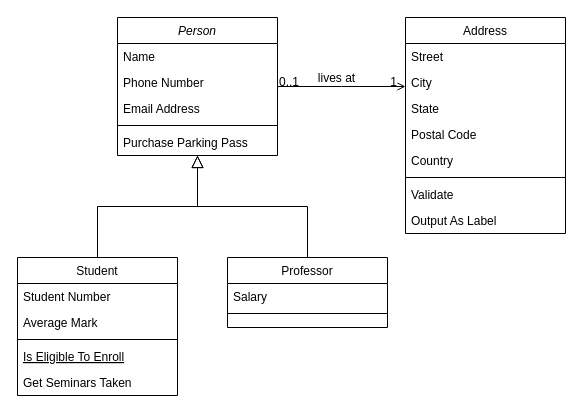
JosueVargasGuia/BootCamp keeps this draw.io diagram as draw.io/Untitled Diagram.drawio. Above is the earlier version. Source tidied: cells renumbered, new cells numbered last; positions are measured from the earlier drawing's top-left corner, leaving out a move shared by most shapes. Both pictures are drawn from the tidied source at 100%, with x=0, y=0 at pixel (17, 17).
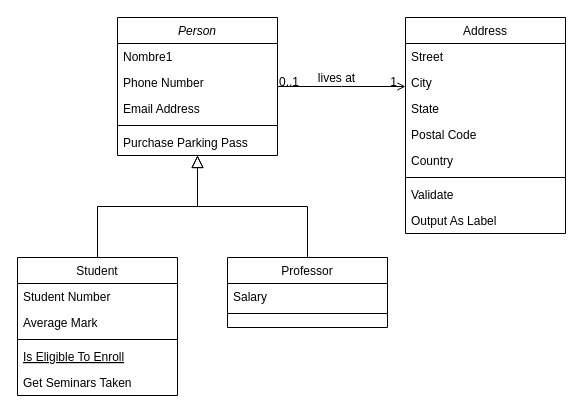
The same page after the edit.

Unchanged cells that the change refers to:
```xml
<mxCell id="2" value="Person" style="swimlane;fontStyle=2;align=center;verticalAlign=top;horizontal=1;startSize=26;rounded=0;shadow=0;strokeWidth=1;" parent="1" vertex="1">
  <mxGeometry x="100" width="160" height="138" as="geometry" />
</mxCell>
```

What changed in the source:
```diff
@@
-    <mxCell id="3" value="Name" style="text;align=left;verticalAlign=top;spacingLeft=4;spacingRight=4;overflow=hidden;" parent="2" vertex="1">
+    <mxCell id="3" value="Nombre1" style="text;align=left;verticalAlign=top;spacingLeft=4;spacingRight=4;overflow=hidden;" parent="2" vertex="1">
       <mxGeometry y="26" width="160" height="26" as="geometry" />
     </mxCell>
```
